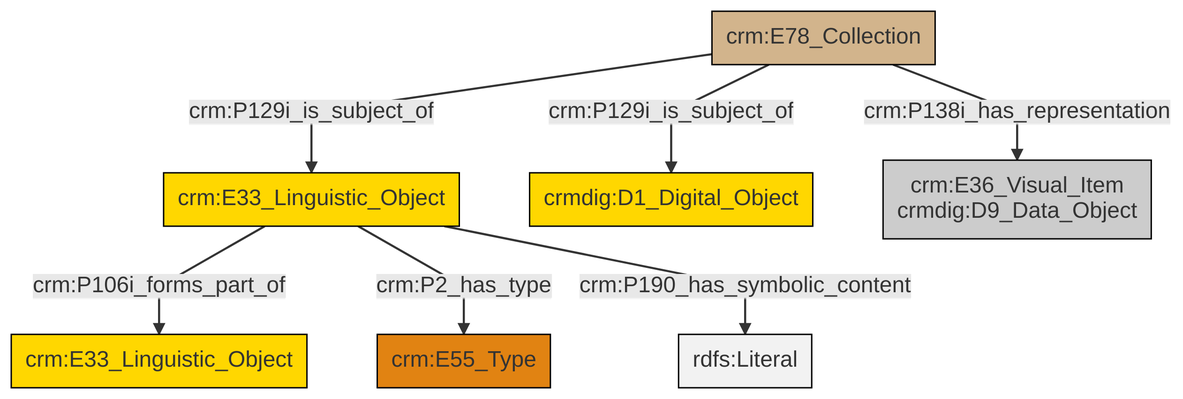
This is et/archivalCSV/ttl/mmd/png/archival_docs.png from swiss-art-research-net/docs.swissartresearch, a Mermaid export, as it was before one commit. Its source is kept beside it as et/archivalCSV/ttl/mmd/archival_docs.ttl.mmd.
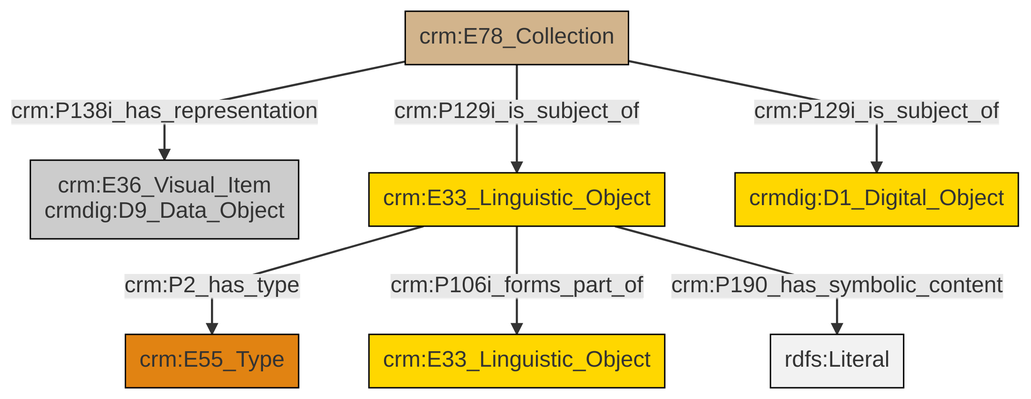
Above is the later version.

What changed in the source:
```diff
@@ -13,9 +13,9 @@
 classDef PC_Classes fill:#4ce600, stroke:#000000;
 classDef Multi fill:#cccccc,stroke:#000000;
 
-0["crm:E33_Linguistic_Object"]:::Conceptual_Object -->|crm:P106i_forms_part_of| 1["crm:E33_Linguistic_Object"]:::Conceptual_Object
-0["crm:E33_Linguistic_Object"]:::Conceptual_Object -->|crm:P2_has_type| 3["crm:E55_Type"]:::Type
-5["crm:E78_Collection"]:::Physical_Thing -->|crm:P129i_is_subject_of| 0["crm:E33_Linguistic_Object"]:::Conceptual_Object
-0["crm:E33_Linguistic_Object"]:::Conceptual_Object -->|crm:P190_has_symbolic_content| 9[rdfs:Literal]:::Literal
-5["crm:E78_Collection"]:::Physical_Thing -->|crm:P129i_is_subject_of| 6["crmdig:D1_Digital_Object"]:::Conceptual_Object
-5["crm:E78_Collection"]:::Physical_Thing -->|crm:P138i_has_representation| 11["crm:E36_Visual_Item<br>crmdig:D9_Data_Object"]:::Multi
+2["crm:E33_Linguistic_Object"]:::Conceptual_Object -->|crm:P2_has_type| 3["crm:E55_Type"]:::Type
+2["crm:E33_Linguistic_Object"]:::Conceptual_Object -->|crm:P106i_forms_part_of| 4["crm:E33_Linguistic_Object"]:::Conceptual_Object
+2["crm:E33_Linguistic_Object"]:::Conceptual_Object -->|crm:P190_has_symbolic_content| 8[rdfs:Literal]:::Literal
+9["crm:E78_Collection"]:::Physical_Thing -->|crm:P138i_has_representation| 0["crm:E36_Visual_Item<br>crmdig:D9_Data_Object"]:::Multi
+9["crm:E78_Collection"]:::Physical_Thing -->|crm:P129i_is_subject_of| 5["crmdig:D1_Digital_Object"]:::Conceptual_Object
+9["crm:E78_Collection"]:::Physical_Thing -->|crm:P129i_is_subject_of| 2["crm:E33_Linguistic_Object"]:::Conceptual_Object
```
